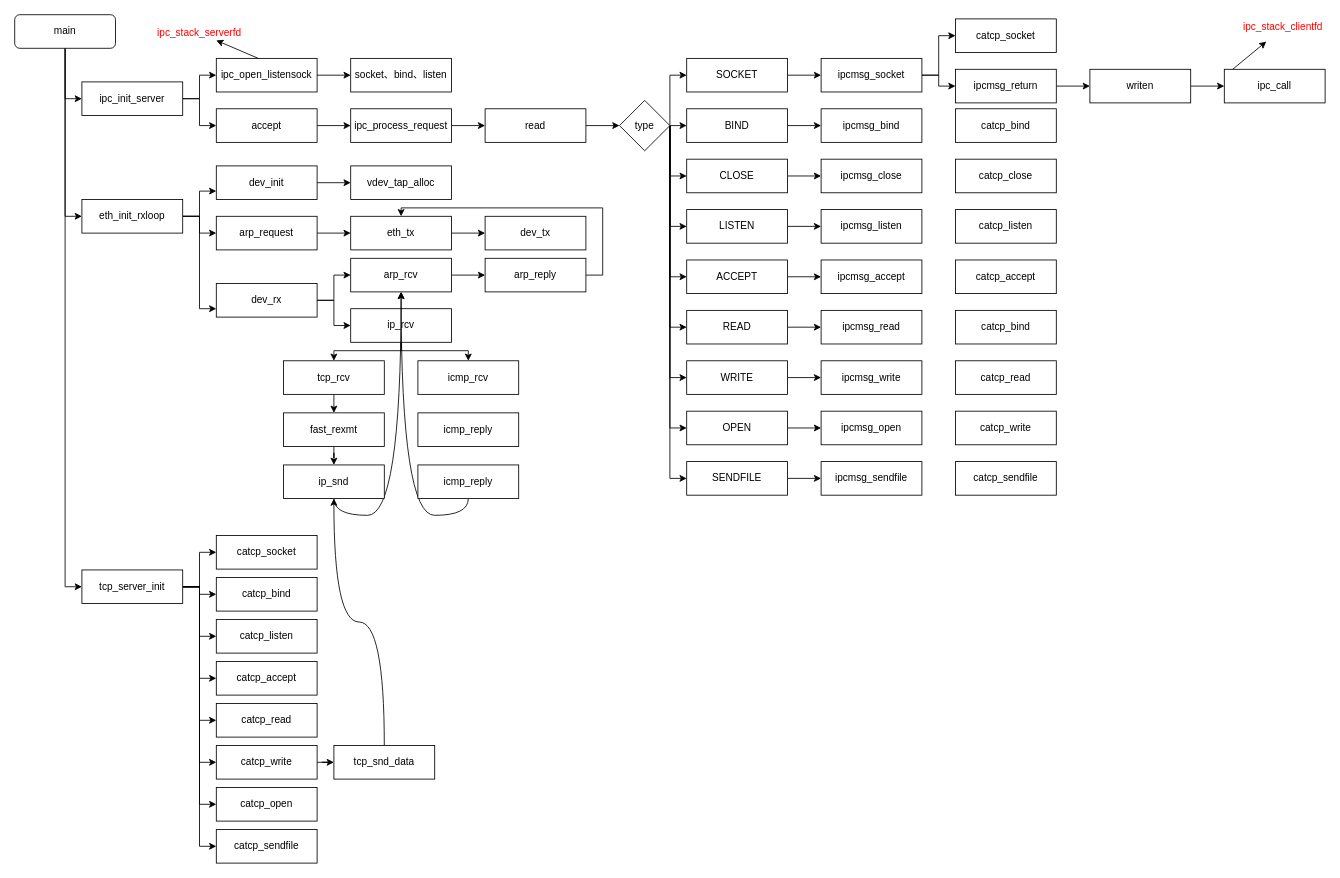
Before: taptcpip.drawio in ctimbai/draw.io, a draw.io diagram. Source tidied: cells renumbered, new cells numbered last; positions are measured from the earlier drawing's top-left corner, leaving out a move shared by most shapes. Both pictures are drawn from the tidied source at 84%, with x=0, y=0 at pixel (14, 14).
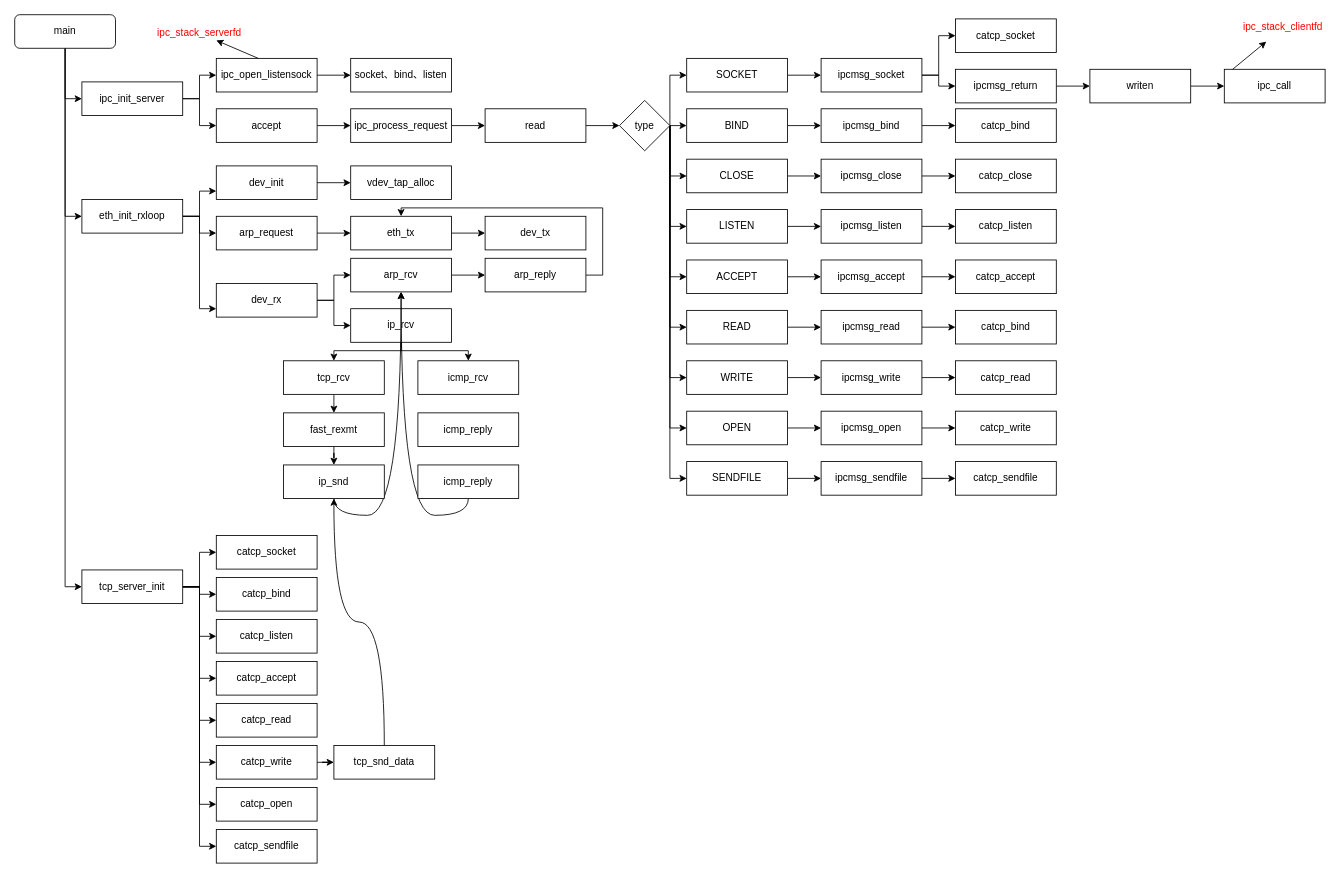
Above is the later version.

The change refers to these unchanged cells:
```xml
<mxCell id="68" value="ipcmsg_bind" style="rounded=0;whiteSpace=wrap;html=1;" parent="1" vertex="1">
  <mxGeometry x="960" y="112" width="120" height="40" as="geometry" />
</mxCell>
<mxCell id="69" value="ipcmsg_close" style="rounded=0;whiteSpace=wrap;html=1;" parent="1" vertex="1">
  <mxGeometry x="960" y="172" width="120" height="40" as="geometry" />
</mxCell>
<mxCell id="70" value="ipcmsg_listen" style="rounded=0;whiteSpace=wrap;html=1;" parent="1" vertex="1">
  <mxGeometry x="960" y="232" width="120" height="40" as="geometry" />
</mxCell>
<mxCell id="71" value="ipcmsg_accept" style="rounded=0;whiteSpace=wrap;html=1;" parent="1" vertex="1">
  <mxGeometry x="960" y="292" width="120" height="40" as="geometry" />
</mxCell>
<mxCell id="72" value="ipcmsg_read" style="rounded=0;whiteSpace=wrap;html=1;" parent="1" vertex="1">
  <mxGeometry x="960" y="352" width="120" height="40" as="geometry" />
</mxCell>
<mxCell id="73" value="ipcmsg_write" style="rounded=0;whiteSpace=wrap;html=1;" parent="1" vertex="1">
  <mxGeometry x="960" y="412" width="120" height="40" as="geometry" />
</mxCell>
<mxCell id="74" value="ipcmsg_open" style="rounded=0;whiteSpace=wrap;html=1;" parent="1" vertex="1">
  <mxGeometry x="960" y="472" width="120" height="40" as="geometry" />
</mxCell>
<mxCell id="75" value="ipcmsg_sendfile" style="rounded=0;whiteSpace=wrap;html=1;" parent="1" vertex="1">
  <mxGeometry x="960" y="532" width="120" height="40" as="geometry" />
</mxCell>
<mxCell id="76" value="catcp_bind" style="rounded=0;whiteSpace=wrap;html=1;" parent="1" vertex="1">
  <mxGeometry x="1120" y="112" width="120" height="40" as="geometry" />
</mxCell>
<mxCell id="77" value="catcp_close" style="rounded=0;whiteSpace=wrap;html=1;" parent="1" vertex="1">
  <mxGeometry x="1120" y="172" width="120" height="40" as="geometry" />
</mxCell>
<mxCell id="78" value="catcp_listen" style="rounded=0;whiteSpace=wrap;html=1;" parent="1" vertex="1">
  <mxGeometry x="1120" y="232" width="120" height="40" as="geometry" />
</mxCell>
<mxCell id="79" value="catcp_accept" style="rounded=0;whiteSpace=wrap;html=1;" parent="1" vertex="1">
  <mxGeometry x="1120" y="292" width="120" height="40" as="geometry" />
</mxCell>
<mxCell id="80" value="catcp_bind" style="rounded=0;whiteSpace=wrap;html=1;" parent="1" vertex="1">
  <mxGeometry x="1120" y="352" width="120" height="40" as="geometry" />
</mxCell>
<mxCell id="81" value="catcp_read" style="rounded=0;whiteSpace=wrap;html=1;" parent="1" vertex="1">
  <mxGeometry x="1120" y="412" width="120" height="40" as="geometry" />
</mxCell>
<mxCell id="82" value="catcp_write" style="rounded=0;whiteSpace=wrap;html=1;" parent="1" vertex="1">
  <mxGeometry x="1120" y="472" width="120" height="40" as="geometry" />
</mxCell>
<mxCell id="83" value="catcp_sendfile" style="rounded=0;whiteSpace=wrap;html=1;" parent="1" vertex="1">
  <mxGeometry x="1120" y="532" width="120" height="40" as="geometry" />
</mxCell>
```

What changed in the source:
```diff
@@
+    <mxCell id="127" style="edgeStyle=orthogonalEdgeStyle;rounded=0;jettySize=auto;html=1;" parent="1" edge="1" source="68" target="76">
+      <mxGeometry relative="1" as="geometry" />
+    </mxCell>
@@
+    <mxCell id="128" style="edgeStyle=orthogonalEdgeStyle;rounded=0;jettySize=auto;html=1;" parent="1" edge="1" source="69" target="77">
+      <mxGeometry relative="1" as="geometry" />
+    </mxCell>
@@
+    <mxCell id="129" style="edgeStyle=orthogonalEdgeStyle;rounded=0;jettySize=auto;html=1;" parent="1" edge="1" source="70" target="78">
+      <mxGeometry relative="1" as="geometry" />
+    </mxCell>
@@
+    <mxCell id="130" style="edgeStyle=orthogonalEdgeStyle;rounded=0;jettySize=auto;html=1;" parent="1" edge="1" source="71" target="79">
+      <mxGeometry relative="1" as="geometry" />
+    </mxCell>
@@
+    <mxCell id="131" style="edgeStyle=orthogonalEdgeStyle;rounded=0;jettySize=auto;html=1;" parent="1" edge="1" source="72" target="80">
+      <mxGeometry relative="1" as="geometry" />
+    </mxCell>
@@
+    <mxCell id="132" style="edgeStyle=orthogonalEdgeStyle;rounded=0;jettySize=auto;html=1;" parent="1" edge="1" source="73" target="81">
+      <mxGeometry relative="1" as="geometry" />
+    </mxCell>
@@
+    <mxCell id="133" style="edgeStyle=orthogonalEdgeStyle;rounded=0;jettySize=auto;html=1;" parent="1" edge="1" source="74" target="82">
+      <mxGeometry relative="1" as="geometry" />
+    </mxCell>
@@
+    <mxCell id="134" style="edgeStyle=orthogonalEdgeStyle;rounded=0;jettySize=auto;html=1;" parent="1" edge="1" source="75" target="83">
+      <mxGeometry relative="1" as="geometry" />
+    </mxCell>
```
